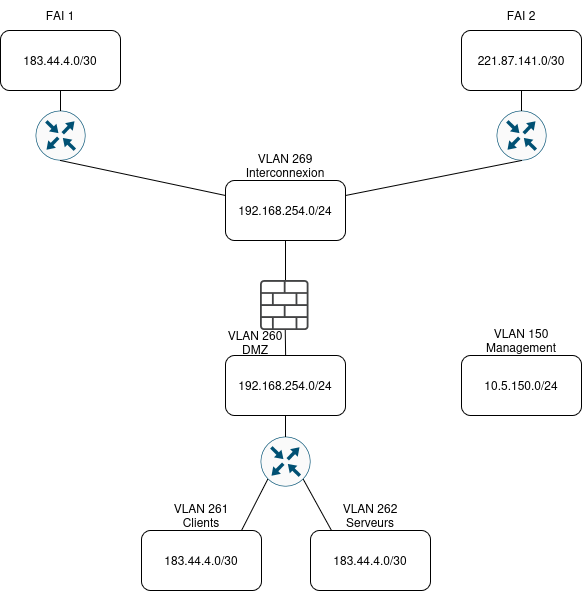
DSISportLudique/SportLudique2Doc keeps this draw.io diagram as docs/assets/infra.drawio.png. Above is the earlier version. Source tidied: cells renumbered, new cells last; positions are measured from the earlier drawing's top-left corner, leaving out a move shared by most shapes. Its diagram source:
```xml
<mxGraphModel>
  <root>
    <mxCell id="0" />
    <mxCell id="1" parent="0" />
    <mxCell id="2" value="183.44.4.0/30" style="rounded=1;whiteSpace=wrap;html=1;" parent="1" vertex="1">
      <mxGeometry y="30" width="120" height="60" as="geometry" />
    </mxCell>
    <mxCell id="3" value="221.87.141.0/30" style="rounded=1;whiteSpace=wrap;html=1;" parent="1" vertex="1">
      <mxGeometry x="461" y="30" width="120" height="60" as="geometry" />
    </mxCell>
    <mxCell id="4" value="192.168.254.0/24" style="rounded=1;whiteSpace=wrap;html=1;" parent="1" vertex="1">
      <mxGeometry x="225" y="180" width="120" height="60" as="geometry" />
    </mxCell>
    <mxCell id="5" style="sketch=0;points=[[0.5,0,0],[1,0.5,0],[0.5,1,0],[0,0.5,0],[0.145,0.145,0],[0.8555,0.145,0],[0.855,0.8555,0],[0.145,0.855,0]];verticalLabelPosition=bottom;html=1;verticalAlign=top;align=center;shape=mxgraph.cisco19.rect;prIcon=router;fillColor=#FAFAFA;strokeColor=#005073;" parent="1" vertex="1">
      <mxGeometry x="35" y="110" width="50" height="50" as="geometry" />
    </mxCell>
    <mxCell id="6" style="sketch=0;points=[[0.5,0,0],[1,0.5,0],[0.5,1,0],[0,0.5,0],[0.145,0.145,0],[0.8555,0.145,0],[0.855,0.8555,0],[0.145,0.855,0]];verticalLabelPosition=bottom;html=1;verticalAlign=top;align=center;shape=mxgraph.cisco19.rect;prIcon=router;fillColor=#FAFAFA;strokeColor=#005073;" parent="1" vertex="1">
      <mxGeometry x="496" y="110" width="50" height="50" as="geometry" />
    </mxCell>
    <mxCell id="7" style="endArrow=none;html=1;rounded=0;fontSize=12;startSize=8;endSize=8;curved=1;entryX=0.5;entryY=1;entryDx=0;entryDy=0;" parent="1" edge="1" source="5" target="2">
      <mxGeometry relative="1" as="geometry" />
    </mxCell>
    <mxCell id="8" style="endArrow=none;html=1;rounded=0;fontSize=12;startSize=8;endSize=8;curved=1;entryX=0.5;entryY=1;entryDx=0;entryDy=0;exitX=0.5;exitY=0;exitDx=0;exitDy=0;exitPerimeter=0;" parent="1" edge="1" source="6" target="3">
      <mxGeometry relative="1" as="geometry" />
    </mxCell>
    <mxCell id="9" style="sketch=0;points=[[0.5,0,0],[1,0.5,0],[0.5,1,0],[0,0.5,0],[0.145,0.145,0],[0.8555,0.145,0],[0.855,0.8555,0],[0.145,0.855,0]];verticalLabelPosition=bottom;html=1;verticalAlign=top;align=center;shape=mxgraph.cisco19.rect;prIcon=router;fillColor=#FAFAFA;strokeColor=#005073;" parent="1" vertex="1">
      <mxGeometry x="260" y="436" width="50" height="50" as="geometry" />
    </mxCell>
    <mxCell id="10" style="endArrow=none;html=1;rounded=0;fontSize=12;startSize=8;endSize=8;curved=1;entryX=0.5;entryY=1;entryDx=0;entryDy=0;entryPerimeter=0;exitX=1;exitY=0.25;exitDx=0;exitDy=0;" parent="1" edge="1" source="4" target="6">
      <mxGeometry relative="1" as="geometry" />
    </mxCell>
    <mxCell id="11" style="endArrow=none;html=1;rounded=0;fontSize=12;startSize=8;endSize=8;curved=1;entryX=0.5;entryY=1;entryDx=0;entryDy=0;entryPerimeter=0;exitX=0;exitY=0.25;exitDx=0;exitDy=0;" parent="1" edge="1" source="4" target="5">
      <mxGeometry relative="1" as="geometry" />
    </mxCell>
    <mxCell id="12" style="endArrow=none;html=1;rounded=0;fontSize=12;startSize=8;endSize=8;curved=1;entryX=0.5;entryY=1;entryDx=0;entryDy=0;" parent="1" edge="1" target="4">
      <mxGeometry relative="1" as="geometry">
        <mxPoint x="285" y="280" as="sourcePoint" />
      </mxGeometry>
    </mxCell>
    <mxCell id="13" value="192.168.254.0/24" style="rounded=1;whiteSpace=wrap;html=1;" parent="1" vertex="1">
      <mxGeometry x="225" y="355" width="120" height="60" as="geometry" />
    </mxCell>
    <mxCell id="14" style="sketch=0;shadow=0;dashed=0;html=1;strokeColor=none;fillColor=#434445;labelPosition=center;verticalLabelPosition=bottom;verticalAlign=top;align=center;outlineConnect=0;shape=mxgraph.vvd.logical_firewall;" parent="1" vertex="1">
      <mxGeometry x="260" y="280" width="48.5" height="50" as="geometry" />
    </mxCell>
    <mxCell id="15" style="endArrow=none;html=1;rounded=0;fontSize=12;startSize=8;endSize=8;curved=1;exitX=0.145;exitY=0.855;exitDx=0;exitDy=0;exitPerimeter=0;" parent="1" edge="1" source="9">
      <mxGeometry relative="1" as="geometry">
        <mxPoint x="241" y="530" as="targetPoint" />
      </mxGeometry>
    </mxCell>
    <mxCell id="16" style="endArrow=none;html=1;rounded=0;fontSize=12;startSize=8;endSize=8;curved=1;entryX=0.855;entryY=0.8555;entryDx=0;entryDy=0;entryPerimeter=0;" parent="1" edge="1" target="9">
      <mxGeometry relative="1" as="geometry">
        <mxPoint x="331" y="530" as="sourcePoint" />
      </mxGeometry>
    </mxCell>
    <mxCell id="17" style="endArrow=none;html=1;rounded=0;fontSize=12;startSize=8;endSize=8;curved=1;exitX=0.5;exitY=0;exitDx=0;exitDy=0;exitPerimeter=0;entryX=0.5;entryY=1;entryDx=0;entryDy=0;" parent="1" edge="1" source="9" target="13">
      <mxGeometry relative="1" as="geometry" />
    </mxCell>
    <mxCell id="18" style="endArrow=none;html=1;rounded=0;fontSize=12;startSize=8;endSize=8;curved=1;exitX=0.5;exitY=0;exitDx=0;exitDy=0;" parent="1" edge="1" source="13" target="14">
      <mxGeometry relative="1" as="geometry" />
    </mxCell>
    <mxCell id="19" value="183.44.4.0/30" style="rounded=1;whiteSpace=wrap;html=1;" parent="1" vertex="1">
      <mxGeometry x="141" y="530" width="120" height="60" as="geometry" />
    </mxCell>
    <mxCell id="20" value="183.44.4.0/30" style="rounded=1;whiteSpace=wrap;html=1;" parent="1" vertex="1">
      <mxGeometry x="310" y="530" width="120" height="60" as="geometry" />
    </mxCell>
    <mxCell id="21" value="10.5.150.0/24" style="rounded=1;whiteSpace=wrap;html=1;" parent="1" vertex="1">
      <mxGeometry x="461" y="355" width="120" height="60" as="geometry" />
    </mxCell>
    <mxCell id="22" value="VLAN 150 Management" style="text;html=1;whiteSpace=wrap;strokeColor=none;fillColor=none;align=center;verticalAlign=middle;rounded=0;" parent="1" vertex="1">
      <mxGeometry x="461" y="325" width="120" height="30" as="geometry" />
    </mxCell>
    <mxCell id="23" value="FAI 1" style="text;html=1;whiteSpace=wrap;strokeColor=none;fillColor=none;align=center;verticalAlign=middle;rounded=0;" parent="1" vertex="1">
      <mxGeometry width="120" height="30" as="geometry" />
    </mxCell>
    <mxCell id="24" value="FAI 2" style="text;html=1;whiteSpace=wrap;strokeColor=none;fillColor=none;align=center;verticalAlign=middle;rounded=0;" parent="1" vertex="1">
      <mxGeometry x="461" width="120" height="30" as="geometry" />
    </mxCell>
    <mxCell id="25" value="&lt;div&gt;VLAN 269&lt;/div&gt;&lt;div&gt;Interconnexion&lt;/div&gt;" style="text;html=1;whiteSpace=wrap;strokeColor=none;fillColor=none;align=center;verticalAlign=middle;rounded=0;" parent="1" vertex="1">
      <mxGeometry x="225" y="150" width="120" height="30" as="geometry" />
    </mxCell>
    <mxCell id="26" value="&lt;div&gt;VLAN 260&lt;/div&gt;&lt;div&gt;DMZ&lt;/div&gt;" style="text;html=1;whiteSpace=wrap;strokeColor=none;fillColor=none;align=center;verticalAlign=middle;rounded=0;" parent="1" vertex="1">
      <mxGeometry x="225" y="327" width="60" height="30" as="geometry" />
    </mxCell>
    <mxCell id="27" value="&lt;div&gt;VLAN 261&lt;/div&gt;&lt;div&gt;Clients&lt;/div&gt;" style="text;html=1;whiteSpace=wrap;strokeColor=none;fillColor=none;align=center;verticalAlign=middle;rounded=0;" parent="1" vertex="1">
      <mxGeometry x="141" y="500" width="120" height="30" as="geometry" />
    </mxCell>
    <mxCell id="28" value="&lt;div&gt;VLAN 262&lt;/div&gt;&lt;div&gt;Serveurs&lt;/div&gt;" style="text;html=1;whiteSpace=wrap;strokeColor=none;fillColor=none;align=center;verticalAlign=middle;rounded=0;" parent="1" vertex="1">
      <mxGeometry x="310" y="500" width="120" height="30" as="geometry" />
    </mxCell>
  </root>
</mxGraphModel>
```
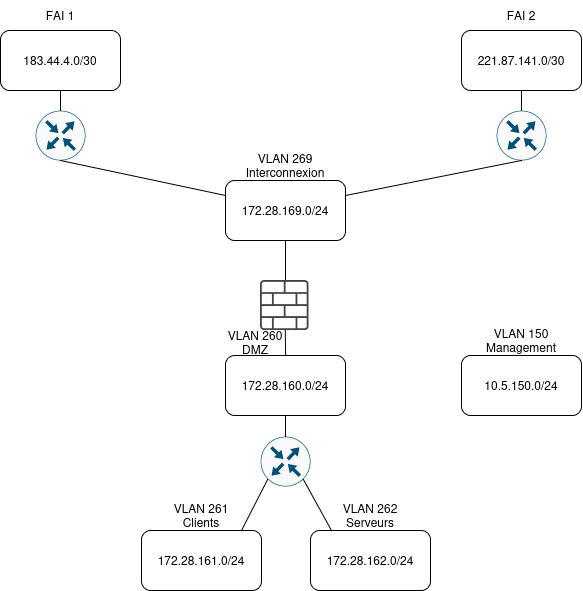
The same file after the commit.

What changed in the source:
```diff
@@ -8,7 +8,7 @@
     <mxCell id="3" value="221.87.141.0/30" style="rounded=1;whiteSpace=wrap;html=1;" parent="1" vertex="1">
       <mxGeometry x="461" y="30" width="120" height="60" as="geometry" />
     </mxCell>
-    <mxCell id="4" value="192.168.254.0/24" style="rounded=1;whiteSpace=wrap;html=1;" parent="1" vertex="1">
+    <mxCell id="4" value="172.28.169.0/24" style="rounded=1;whiteSpace=wrap;html=1;" parent="1" vertex="1">
       <mxGeometry x="225" y="180" width="120" height="60" as="geometry" />
     </mxCell>
     <mxCell id="5" style="sketch=0;points=[[0.5,0,0],[1,0.5,0],[0.5,1,0],[0,0.5,0],[0.145,0.145,0],[0.8555,0.145,0],[0.855,0.8555,0],[0.145,0.855,0]];verticalLabelPosition=bottom;html=1;verticalAlign=top;align=center;shape=mxgraph.cisco19.rect;prIcon=router;fillColor=#FAFAFA;strokeColor=#005073;" parent="1" vertex="1">
@@ -37,7 +37,7 @@
         <mxPoint x="285" y="280" as="sourcePoint" />
       </mxGeometry>
     </mxCell>
-    <mxCell id="13" value="192.168.254.0/24" style="rounded=1;whiteSpace=wrap;html=1;" parent="1" vertex="1">
+    <mxCell id="13" value="172.28.160.0/24" style="rounded=1;whiteSpace=wrap;html=1;" parent="1" vertex="1">
       <mxGeometry x="225" y="355" width="120" height="60" as="geometry" />
     </mxCell>
     <mxCell id="14" style="sketch=0;shadow=0;dashed=0;html=1;strokeColor=none;fillColor=#434445;labelPosition=center;verticalLabelPosition=bottom;verticalAlign=top;align=center;outlineConnect=0;shape=mxgraph.vvd.logical_firewall;" parent="1" vertex="1">
@@ -59,10 +59,10 @@
     <mxCell id="18" style="endArrow=none;html=1;rounded=0;fontSize=12;startSize=8;endSize=8;curved=1;exitX=0.5;exitY=0;exitDx=0;exitDy=0;" parent="1" edge="1" source="13" target="14">
       <mxGeometry relative="1" as="geometry" />
     </mxCell>
-    <mxCell id="19" value="183.44.4.0/30" style="rounded=1;whiteSpace=wrap;html=1;" parent="1" vertex="1">
+    <mxCell id="19" value="172.28.161.0/24" style="rounded=1;whiteSpace=wrap;html=1;" parent="1" vertex="1">
       <mxGeometry x="141" y="530" width="120" height="60" as="geometry" />
     </mxCell>
-    <mxCell id="20" value="183.44.4.0/30" style="rounded=1;whiteSpace=wrap;html=1;" parent="1" vertex="1">
+    <mxCell id="20" value="172.28.162.0/24" style="rounded=1;whiteSpace=wrap;html=1;" parent="1" vertex="1">
       <mxGeometry x="310" y="530" width="120" height="60" as="geometry" />
     </mxCell>
     <mxCell id="21" value="10.5.150.0/24" style="rounded=1;whiteSpace=wrap;html=1;" parent="1" vertex="1">
```
